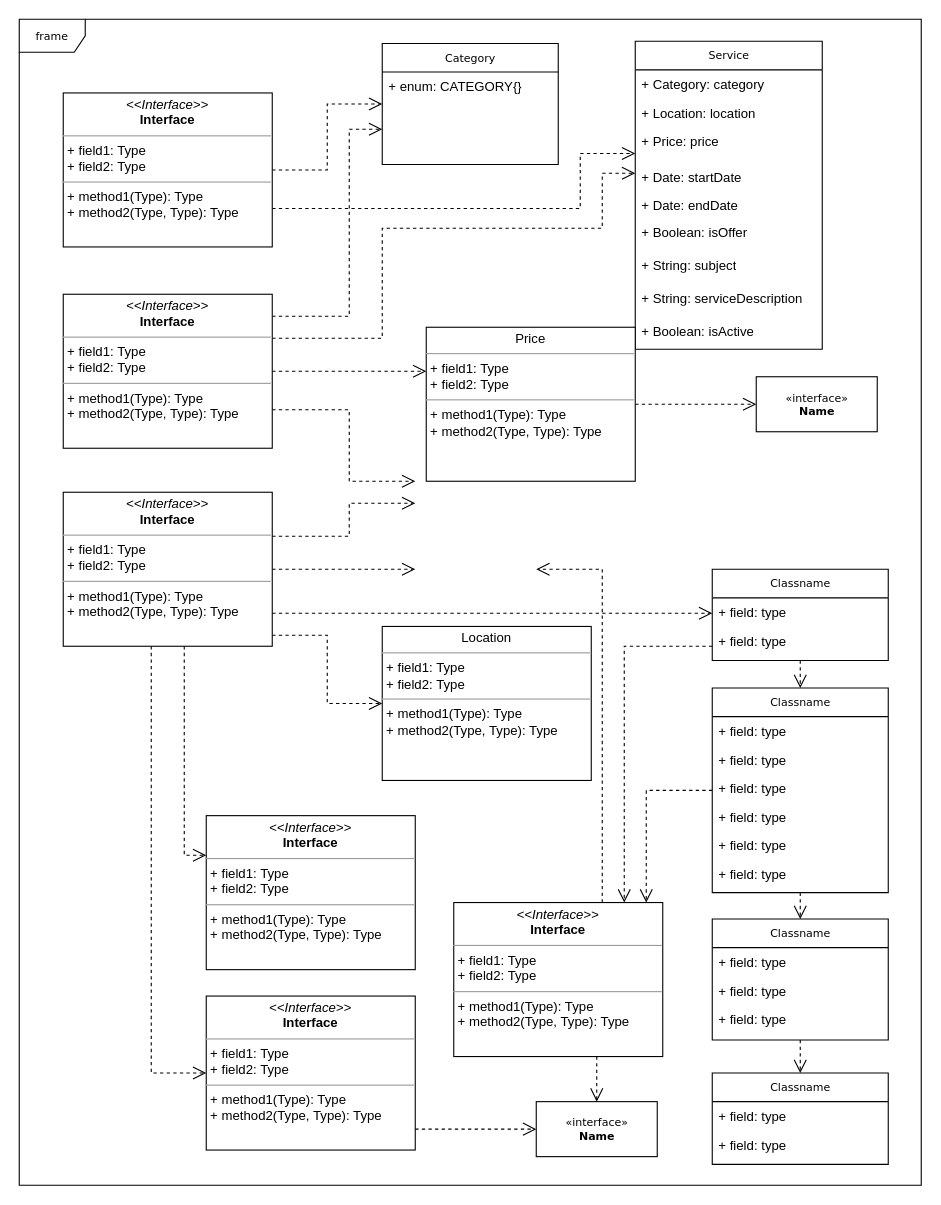
The draw.io diagram HelppyUML.drawio in StanislavRa/group_A_Helppy, before the edit. Source tidied: cells renumbered, new cells numbered last; positions are measured from the earlier drawing's top-left corner, leaving out a move shared by most shapes. Both pictures are drawn from the tidied source at 110%, with x=0, y=0 at pixel (19, 19).
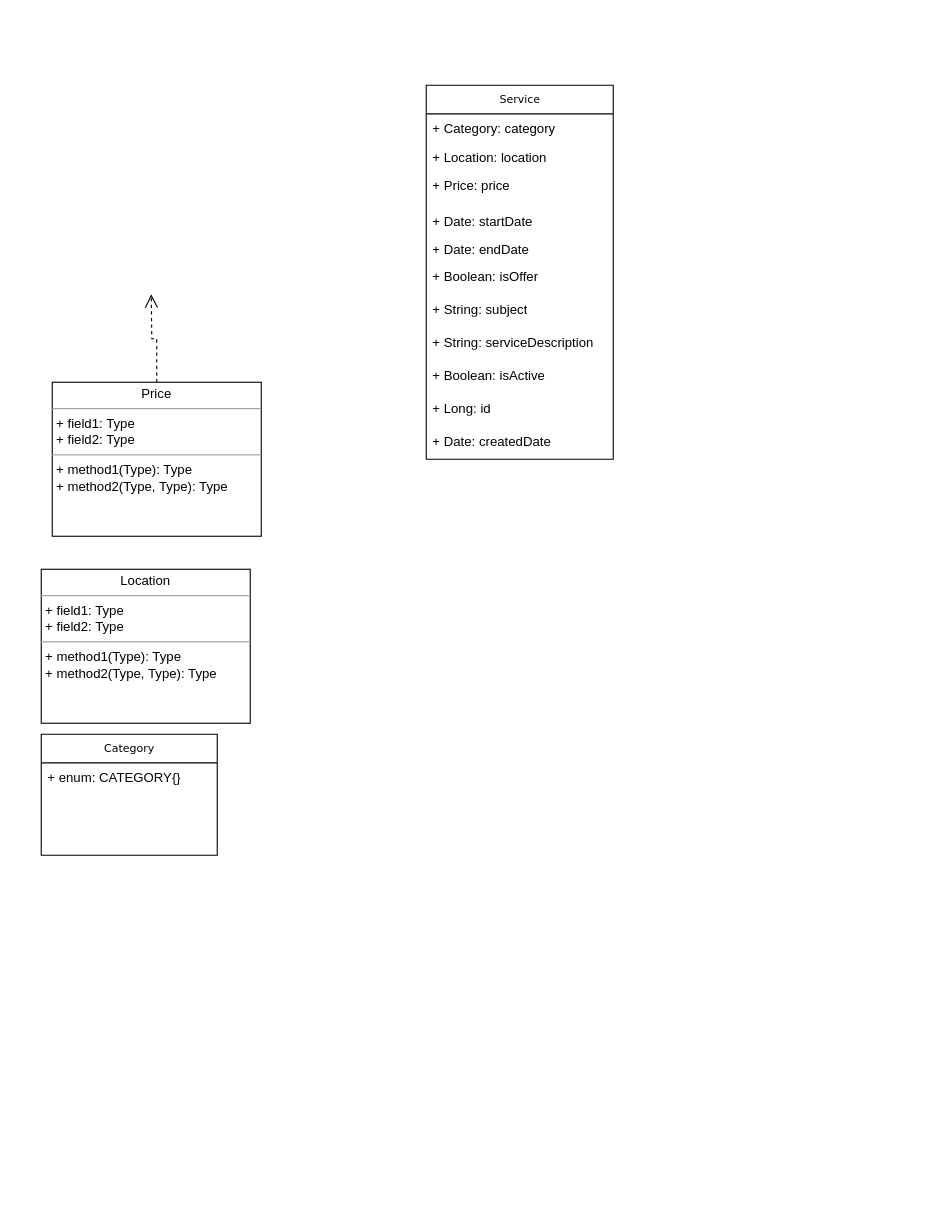
The same page after the edit.

What changed in the source:
```diff
@@
-    <mxCell id="2" value="frame" style="shape=umlFrame;whiteSpace=wrap;html=1;rounded=0;shadow=0;comic=0;labelBackgroundColor=none;strokeWidth=1;fontFamily=Verdana;fontSize=10;align=center;" parent="1" vertex="1">
-      <mxGeometry width="820" height="1060" as="geometry" />
-    </mxCell>
-    <mxCell id="3" style="edgeStyle=orthogonalEdgeStyle;rounded=0;html=1;dashed=1;labelBackgroundColor=none;startFill=0;endArrow=open;endFill=0;endSize=10;fontFamily=Verdana;fontSize=10;" parent="1" edge="1" source="5" target="39">
-      <mxGeometry relative="1" as="geometry">
-        <Array as="points">
-          <mxPoint x="570" y="701" />
-        </Array>
-      </mxGeometry>
-    </mxCell>
-    <mxCell id="4" style="edgeStyle=orthogonalEdgeStyle;rounded=0;html=1;dashed=1;labelBackgroundColor=none;startFill=0;endArrow=open;endFill=0;endSize=10;fontFamily=Verdana;fontSize=10;" parent="1" edge="1" source="5" target="28">
-      <mxGeometry relative="1" as="geometry" />
-    </mxCell>
-    <mxCell id="5" value="Classname" style="swimlane;html=1;fontStyle=0;horizontal=1;startSize=26;fillColor=none;swimlaneFillColor=#ffffff;rounded=0;shadow=0;comic=0;labelBackgroundColor=none;strokeWidth=1;fontFamily=Verdana;fontSize=10;align=center;" parent="1" vertex="1">
-      <mxGeometry x="630" y="608" width="160" height="186" as="geometry" />
-    </mxCell>
-    <mxCell id="6" value="+ field: type" style="text;html=1;strokeColor=none;fillColor=none;align=left;verticalAlign=top;spacingLeft=4;spacingRight=4;whiteSpace=wrap;overflow=hidden;" parent="5" vertex="1">
-      <mxGeometry y="26" width="160" height="26" as="geometry" />
-    </mxCell>
-    <mxCell id="7" value="+ field: type" style="text;html=1;strokeColor=none;fillColor=none;align=left;verticalAlign=top;spacingLeft=4;spacingRight=4;whiteSpace=wrap;overflow=hidden;" parent="5" vertex="1">
-      <mxGeometry y="52" width="160" height="26" as="geometry" />
-    </mxCell>
-    <mxCell id="8" value="+ field: type" style="text;html=1;strokeColor=none;fillColor=none;align=left;verticalAlign=top;spacingLeft=4;spacingRight=4;whiteSpace=wrap;overflow=hidden;" parent="5" vertex="1">
-      <mxGeometry y="78" width="160" height="26" as="geometry" />
-    </mxCell>
-    <mxCell id="9" value="+ field: type" style="text;html=1;strokeColor=none;fillColor=none;align=left;verticalAlign=top;spacingLeft=4;spacingRight=4;whiteSpace=wrap;overflow=hidden;" parent="5" vertex="1">
-      <mxGeometry y="104" width="160" height="26" as="geometry" />
-    </mxCell>
-    <mxCell id="10" value="+ field: type" style="text;html=1;strokeColor=none;fillColor=none;align=left;verticalAlign=top;spacingLeft=4;spacingRight=4;whiteSpace=wrap;overflow=hidden;" parent="5" vertex="1">
-      <mxGeometry y="130" width="160" height="26" as="geometry" />
-    </mxCell>
-    <mxCell id="11" value="+ field: type" style="text;html=1;strokeColor=none;fillColor=none;align=left;verticalAlign=top;spacingLeft=4;spacingRight=4;whiteSpace=wrap;overflow=hidden;" parent="5" vertex="1">
-      <mxGeometry y="156" width="160" height="26" as="geometry" />
-    </mxCell>
     <mxCell id="12" value="Category" style="swimlane;html=1;fontStyle=0;horizontal=1;startSize=26;fillColor=none;swimlaneFillColor=#ffffff;rounded=0;shadow=0;comic=0;labelBackgroundColor=none;strokeWidth=1;fontFamily=Verdana;fontSize=10;align=center;" parent="1" vertex="1">
-      <mxGeometry x="330" y="22" width="160" height="110" as="geometry" />
+      <mxGeometry x="20" y="650" width="160" height="110" as="geometry" />
     </mxCell>
@@
     <mxCell id="14" value="Service" style="swimlane;html=1;fontStyle=0;horizontal=1;startSize=26;fillColor=none;swimlaneFillColor=#ffffff;rounded=0;shadow=0;comic=0;labelBackgroundColor=none;strokeWidth=1;fontFamily=Verdana;fontSize=10;align=center;" parent="1" vertex="1">
-      <mxGeometry x="560" y="20" width="170" height="280" as="geometry" />
+      <mxGeometry x="370" y="60" width="170" height="340" as="geometry" />
     </mxCell>
@@
-    <mxCell id="24" value="Classname" style="swimlane;html=1;fontStyle=0;horizontal=1;startSize=26;fillColor=none;swimlaneFillColor=#ffffff;rounded=0;shadow=0;comic=0;labelBackgroundColor=none;strokeWidth=1;fontFamily=Verdana;fontSize=10;align=center;" parent="1" vertex="1">
-      <mxGeometry x="630" y="958" width="160" height="83" as="geometry" />
-    </mxCell>
-    <mxCell id="25" value="+ field: type" style="text;html=1;strokeColor=none;fillColor=none;align=left;verticalAlign=top;spacingLeft=4;spacingRight=4;whiteSpace=wrap;overflow=hidden;" parent="24" vertex="1">
-      <mxGeometry y="26" width="160" height="26" as="geometry" />
-    </mxCell>
-    <mxCell id="26" value="+ field: type" style="text;html=1;strokeColor=none;fillColor=none;align=left;verticalAlign=top;spacingLeft=4;spacingRight=4;whiteSpace=wrap;overflow=hidden;" parent="24" vertex="1">
-      <mxGeometry y="52" width="160" height="26" as="geometry" />
-    </mxCell>
-    <mxCell id="27" style="edgeStyle=orthogonalEdgeStyle;rounded=0;html=1;dashed=1;labelBackgroundColor=none;startFill=0;endArrow=open;endFill=0;endSize=10;fontFamily=Verdana;fontSize=10;" parent="1" edge="1" source="28" target="24">
-      <mxGeometry relative="1" as="geometry" />
-    </mxCell>
-    <mxCell id="28" value="Classname" style="swimlane;html=1;fontStyle=0;horizontal=1;startSize=26;fillColor=none;swimlaneFillColor=#ffffff;rounded=0;shadow=0;comic=0;labelBackgroundColor=none;strokeWidth=1;fontFamily=Verdana;fontSize=10;align=center;" parent="1" vertex="1">
-      <mxGeometry x="630" y="818" width="160" height="110" as="geometry" />
-    </mxCell>
-    <mxCell id="29" value="+ field: type" style="text;html=1;strokeColor=none;fillColor=none;align=left;verticalAlign=top;spacingLeft=4;spacingRight=4;whiteSpace=wrap;overflow=hidden;" parent="28" vertex="1">
-      <mxGeometry y="26" width="160" height="26" as="geometry" />
-    </mxCell>
-    <mxCell id="30" value="+ field: type" style="text;html=1;strokeColor=none;fillColor=none;align=left;verticalAlign=top;spacingLeft=4;spacingRight=4;whiteSpace=wrap;overflow=hidden;" parent="28" vertex="1">
-      <mxGeometry y="52" width="160" height="26" as="geometry" />
-    </mxCell>
-    <mxCell id="31" value="+ field: type" style="text;html=1;strokeColor=none;fillColor=none;align=left;verticalAlign=top;spacingLeft=4;spacingRight=4;whiteSpace=wrap;overflow=hidden;" parent="28" vertex="1">
-      <mxGeometry y="78" width="160" height="26" as="geometry" />
-    </mxCell>
-    <mxCell id="32" style="edgeStyle=orthogonalEdgeStyle;rounded=0;html=1;dashed=1;labelBackgroundColor=none;startFill=0;endArrow=open;endFill=0;endSize=10;fontFamily=Verdana;fontSize=10;" parent="1" edge="1" source="33" target="5">
-      <mxGeometry relative="1" as="geometry" />
-    </mxCell>
-    <mxCell id="33" value="Classname" style="swimlane;html=1;fontStyle=0;horizontal=1;startSize=26;fillColor=none;swimlaneFillColor=#ffffff;rounded=0;shadow=0;comic=0;labelBackgroundColor=none;strokeWidth=1;fontFamily=Verdana;fontSize=10;align=center;" parent="1" vertex="1">
-      <mxGeometry x="630" y="500" width="160" height="83" as="geometry" />
-    </mxCell>
-    <mxCell id="34" value="+ field: type" style="text;html=1;strokeColor=none;fillColor=none;align=left;verticalAlign=top;spacingLeft=4;spacingRight=4;whiteSpace=wrap;overflow=hidden;" parent="33" vertex="1">
-      <mxGeometry y="26" width="160" height="26" as="geometry" />
-    </mxCell>
-    <mxCell id="35" value="+ field: type" style="text;html=1;strokeColor=none;fillColor=none;align=left;verticalAlign=top;spacingLeft=4;spacingRight=4;whiteSpace=wrap;overflow=hidden;" parent="33" vertex="1">
-      <mxGeometry y="52" width="160" height="26" as="geometry" />
-    </mxCell>
-    <mxCell id="36" value="&amp;laquo;interface&amp;raquo;&lt;br&gt;&lt;b&gt;Name&lt;/b&gt;" style="html=1;rounded=0;shadow=0;comic=0;labelBackgroundColor=none;strokeWidth=1;fontFamily=Verdana;fontSize=10;align=center;" parent="1" vertex="1">
-      <mxGeometry x="470" y="984" width="110" height="50" as="geometry" />
-    </mxCell>
-    <mxCell id="37" style="edgeStyle=orthogonalEdgeStyle;rounded=0;html=1;dashed=1;labelBackgroundColor=none;startFill=0;endArrow=open;endFill=0;endSize=10;fontFamily=Verdana;fontSize=10;" parent="1" edge="1" source="39" target="36">
-      <mxGeometry relative="1" as="geometry">
-        <Array as="points">
-          <mxPoint x="525" y="950" />
-          <mxPoint x="525" y="950" />
-        </Array>
-      </mxGeometry>
-    </mxCell>
-    <mxCell id="38" style="edgeStyle=orthogonalEdgeStyle;rounded=0;html=1;dashed=1;labelBackgroundColor=none;startFill=0;endArrow=open;endFill=0;endSize=10;fontFamily=Verdana;fontSize=10;" parent="1" edge="1" source="39">
-      <mxGeometry relative="1" as="geometry">
-        <mxPoint x="470" y="500" as="targetPoint" />
-        <Array as="points">
-          <mxPoint x="530" y="500" />
-        </Array>
-      </mxGeometry>
-    </mxCell>
-    <mxCell id="39" value="&lt;p style=&quot;margin:0px;margin-top:4px;text-align:center;&quot;&gt;&lt;i&gt;&amp;lt;&amp;lt;Interface&amp;gt;&amp;gt;&lt;/i&gt;&lt;br/&gt;&lt;b&gt;Interface&lt;/b&gt;&lt;/p&gt;&lt;hr size=&quot;1&quot;/&gt;&lt;p style=&quot;margin:0px;margin-left:4px;&quot;&gt;+ field1: Type&lt;br/&gt;+ field2: Type&lt;/p&gt;&lt;hr size=&quot;1&quot;/&gt;&lt;p style=&quot;margin:0px;margin-left:4px;&quot;&gt;+ method1(Type): Type&lt;br/&gt;+ method2(Type, Type): Type&lt;/p&gt;" style="verticalAlign=top;align=left;overflow=fill;fontSize=12;fontFamily=Helvetica;html=1;rounded=0;shadow=0;comic=0;labelBackgroundColor=none;strokeWidth=1;" parent="1" vertex="1">
-      <mxGeometry x="395" y="803" width="190" height="140" as="geometry" />
-    </mxCell>
+    <mxCell id="63" value="+ Long: id" style="text;html=1;strokeColor=none;fillColor=none;align=left;verticalAlign=top;spacingLeft=4;spacingRight=4;whiteSpace=wrap;overflow=hidden;" parent="14" vertex="1">
+      <mxGeometry y="280" width="170" height="30" as="geometry" />
+    </mxCell>
+    <mxCell id="64" value="+ Date: createdDate" style="text;html=1;strokeColor=none;fillColor=none;align=left;verticalAlign=top;spacingLeft=4;spacingRight=4;whiteSpace=wrap;overflow=hidden;" parent="14" vertex="1">
+      <mxGeometry y="310" width="170" height="30" as="geometry" />
+    </mxCell>
     <mxCell id="40" value="&lt;p style=&quot;margin: 0px ; margin-top: 4px ; text-align: center&quot;&gt;Location&lt;/p&gt;&lt;hr size=&quot;1&quot;&gt;&lt;p style=&quot;margin: 0px ; margin-left: 4px&quot;&gt;+ field1: Type&lt;br&gt;+ field2: Type&lt;/p&gt;&lt;hr size=&quot;1&quot;&gt;&lt;p style=&quot;margin: 0px ; margin-left: 4px&quot;&gt;+ method1(Type): Type&lt;br&gt;+ method2(Type, Type): Type&lt;/p&gt;" style="verticalAlign=top;align=left;overflow=fill;fontSize=12;fontFamily=Helvetica;html=1;rounded=0;shadow=0;comic=0;labelBackgroundColor=none;strokeWidth=1;" parent="1" vertex="1">
-      <mxGeometry x="330" y="552" width="190" height="140" as="geometry" />
+      <mxGeometry x="20" y="500" width="190" height="140" as="geometry" />
     </mxCell>
-    <mxCell id="41" style="edgeStyle=orthogonalEdgeStyle;rounded=0;html=1;dashed=1;labelBackgroundColor=none;startFill=0;endArrow=open;endFill=0;endSize=10;fontFamily=Verdana;fontSize=10;" parent="1" edge="1" source="42" target="36">
-      <mxGeometry relative="1" as="geometry">
-        <Array as="points">
-          <mxPoint x="390" y="1009" />
-          <mxPoint x="390" y="1009" />
-        </Array>
-      </mxGeometry>
-    </mxCell>
-    <mxCell id="42" value="&lt;p style=&quot;margin:0px;margin-top:4px;text-align:center;&quot;&gt;&lt;i&gt;&amp;lt;&amp;lt;Interface&amp;gt;&amp;gt;&lt;/i&gt;&lt;br/&gt;&lt;b&gt;Interface&lt;/b&gt;&lt;/p&gt;&lt;hr size=&quot;1&quot;/&gt;&lt;p style=&quot;margin:0px;margin-left:4px;&quot;&gt;+ field1: Type&lt;br/&gt;+ field2: Type&lt;/p&gt;&lt;hr size=&quot;1&quot;/&gt;&lt;p style=&quot;margin:0px;margin-left:4px;&quot;&gt;+ method1(Type): Type&lt;br/&gt;+ method2(Type, Type): Type&lt;/p&gt;" style="verticalAlign=top;align=left;overflow=fill;fontSize=12;fontFamily=Helvetica;html=1;rounded=0;shadow=0;comic=0;labelBackgroundColor=none;strokeWidth=1;" parent="1" vertex="1">
-      <mxGeometry x="170" y="888" width="190" height="140" as="geometry" />
-    </mxCell>
-    <mxCell id="43" value="&lt;p style=&quot;margin:0px;margin-top:4px;text-align:center;&quot;&gt;&lt;i&gt;&amp;lt;&amp;lt;Interface&amp;gt;&amp;gt;&lt;/i&gt;&lt;br/&gt;&lt;b&gt;Interface&lt;/b&gt;&lt;/p&gt;&lt;hr size=&quot;1&quot;/&gt;&lt;p style=&quot;margin:0px;margin-left:4px;&quot;&gt;+ field1: Type&lt;br/&gt;+ field2: Type&lt;/p&gt;&lt;hr size=&quot;1&quot;/&gt;&lt;p style=&quot;margin:0px;margin-left:4px;&quot;&gt;+ method1(Type): Type&lt;br/&gt;+ method2(Type, Type): Type&lt;/p&gt;" style="verticalAlign=top;align=left;overflow=fill;fontSize=12;fontFamily=Helvetica;html=1;rounded=0;shadow=0;comic=0;labelBackgroundColor=none;strokeWidth=1;" parent="1" vertex="1">
-      <mxGeometry x="170" y="724" width="190" height="140" as="geometry" />
-    </mxCell>
-    <mxCell id="44" style="edgeStyle=orthogonalEdgeStyle;rounded=0;html=1;dashed=1;labelBackgroundColor=none;startFill=0;endArrow=open;endFill=0;endSize=10;fontFamily=Verdana;fontSize=10;" parent="1" edge="1" source="45" target="46">
-      <mxGeometry relative="1" as="geometry" />
+    <mxCell id="44" style="edgeStyle=orthogonalEdgeStyle;rounded=0;html=1;dashed=1;labelBackgroundColor=none;startFill=0;endArrow=open;endFill=0;endSize=10;fontFamily=Verdana;fontSize=10;" parent="1" edge="1" source="45">
+      <mxGeometry relative="1" as="geometry">
+        <mxPoint x="120" y="250" as="targetPoint" />
+      </mxGeometry>
     </mxCell>
     <mxCell id="45" value="&lt;p style=&quot;margin: 0px ; margin-top: 4px ; text-align: center&quot;&gt;Price&lt;/p&gt;&lt;hr size=&quot;1&quot;&gt;&lt;p style=&quot;margin: 0px ; margin-left: 4px&quot;&gt;+ field1: Type&lt;br&gt;+ field2: Type&lt;/p&gt;&lt;hr size=&quot;1&quot;&gt;&lt;p style=&quot;margin: 0px ; margin-left: 4px&quot;&gt;+ method1(Type): Type&lt;br&gt;+ method2(Type, Type): Type&lt;/p&gt;" style="verticalAlign=top;align=left;overflow=fill;fontSize=12;fontFamily=Helvetica;html=1;rounded=0;shadow=0;comic=0;labelBackgroundColor=none;strokeWidth=1;" parent="1" vertex="1">
-      <mxGeometry x="370" y="280" width="190" height="140" as="geometry" />
+      <mxGeometry x="30" y="330" width="190" height="140" as="geometry" />
     </mxCell>
-    <mxCell id="46" value="&amp;laquo;interface&amp;raquo;&lt;br&gt;&lt;b&gt;Name&lt;/b&gt;" style="html=1;rounded=0;shadow=0;comic=0;labelBackgroundColor=none;strokeWidth=1;fontFamily=Verdana;fontSize=10;align=center;" parent="1" vertex="1">
-      <mxGeometry x="670" y="325" width="110" height="50" as="geometry" />
-    </mxCell>
-    <mxCell id="47" style="edgeStyle=orthogonalEdgeStyle;rounded=0;html=1;labelBackgroundColor=none;startFill=0;endArrow=open;endFill=0;endSize=10;fontFamily=Verdana;fontSize=10;dashed=1;" parent="1" edge="1" source="49" target="12">
-      <mxGeometry relative="1" as="geometry" />
-    </mxCell>
-    <mxCell id="48" style="edgeStyle=orthogonalEdgeStyle;rounded=0;html=1;exitX=1;exitY=0.75;dashed=1;labelBackgroundColor=none;startFill=0;endArrow=open;endFill=0;endSize=10;fontFamily=Verdana;fontSize=10;" parent="1" edge="1" source="49" target="14">
-      <mxGeometry relative="1" as="geometry">
-        <Array as="points">
-          <mxPoint x="510" y="172" />
-          <mxPoint x="510" y="122" />
-        </Array>
-      </mxGeometry>
-    </mxCell>
-    <mxCell id="49" value="&lt;p style=&quot;margin:0px;margin-top:4px;text-align:center;&quot;&gt;&lt;i&gt;&amp;lt;&amp;lt;Interface&amp;gt;&amp;gt;&lt;/i&gt;&lt;br/&gt;&lt;b&gt;Interface&lt;/b&gt;&lt;/p&gt;&lt;hr size=&quot;1&quot;/&gt;&lt;p style=&quot;margin:0px;margin-left:4px;&quot;&gt;+ field1: Type&lt;br/&gt;+ field2: Type&lt;/p&gt;&lt;hr size=&quot;1&quot;/&gt;&lt;p style=&quot;margin:0px;margin-left:4px;&quot;&gt;+ method1(Type): Type&lt;br/&gt;+ method2(Type, Type): Type&lt;/p&gt;" style="verticalAlign=top;align=left;overflow=fill;fontSize=12;fontFamily=Helvetica;html=1;rounded=0;shadow=0;comic=0;labelBackgroundColor=none;strokeWidth=1;" parent="1" vertex="1">
-      <mxGeometry x="40" y="67" width="190" height="140" as="geometry" />
-    </mxCell>
-    <mxCell id="50" style="edgeStyle=orthogonalEdgeStyle;rounded=0;html=1;dashed=1;labelBackgroundColor=none;startFill=0;endArrow=open;endFill=0;endSize=10;fontFamily=Verdana;fontSize=10;" parent="1" edge="1" source="54" target="12">
-      <mxGeometry relative="1" as="geometry">
-        <Array as="points">
-          <mxPoint x="300" y="270" />
-          <mxPoint x="300" y="100" />
-        </Array>
-      </mxGeometry>
-    </mxCell>
-    <mxCell id="51" style="edgeStyle=orthogonalEdgeStyle;rounded=0;html=1;dashed=1;labelBackgroundColor=none;startFill=0;endArrow=open;endFill=0;endSize=10;fontFamily=Verdana;fontSize=10;" parent="1" edge="1" source="54" target="14">
-      <mxGeometry relative="1" as="geometry">
-        <Array as="points">
-          <mxPoint x="330" y="290" />
-          <mxPoint x="330" y="190" />
-          <mxPoint x="530" y="190" />
-          <mxPoint x="530" y="140" />
-        </Array>
-      </mxGeometry>
-    </mxCell>
-    <mxCell id="52" style="edgeStyle=orthogonalEdgeStyle;rounded=0;html=1;dashed=1;labelBackgroundColor=none;startFill=0;endArrow=open;endFill=0;endSize=10;fontFamily=Verdana;fontSize=10;" parent="1" edge="1" source="54" target="45">
-      <mxGeometry relative="1" as="geometry">
-        <Array as="points">
-          <mxPoint x="360" y="320" />
-          <mxPoint x="360" y="320" />
-        </Array>
-      </mxGeometry>
-    </mxCell>
-    <mxCell id="53" style="edgeStyle=orthogonalEdgeStyle;rounded=0;html=1;exitX=1;exitY=0.75;dashed=1;labelBackgroundColor=none;startFill=0;endArrow=open;endFill=0;endSize=10;fontFamily=Verdana;fontSize=10;" parent="1" edge="1" source="54">
-      <mxGeometry relative="1" as="geometry">
-        <mxPoint x="360" y="420" as="targetPoint" />
-        <Array as="points">
-          <mxPoint x="300" y="355" />
-          <mxPoint x="300" y="420" />
-        </Array>
-      </mxGeometry>
-    </mxCell>
-    <mxCell id="54" value="&lt;p style=&quot;margin:0px;margin-top:4px;text-align:center;&quot;&gt;&lt;i&gt;&amp;lt;&amp;lt;Interface&amp;gt;&amp;gt;&lt;/i&gt;&lt;br/&gt;&lt;b&gt;Interface&lt;/b&gt;&lt;/p&gt;&lt;hr size=&quot;1&quot;/&gt;&lt;p style=&quot;margin:0px;margin-left:4px;&quot;&gt;+ field1: Type&lt;br/&gt;+ field2: Type&lt;/p&gt;&lt;hr size=&quot;1&quot;/&gt;&lt;p style=&quot;margin:0px;margin-left:4px;&quot;&gt;+ method1(Type): Type&lt;br/&gt;+ method2(Type, Type): Type&lt;/p&gt;" style="verticalAlign=top;align=left;overflow=fill;fontSize=12;fontFamily=Helvetica;html=1;rounded=0;shadow=0;comic=0;labelBackgroundColor=none;strokeWidth=1;" parent="1" vertex="1">
-      <mxGeometry x="40" y="250" width="190" height="140" as="geometry" />
-    </mxCell>
-    <mxCell id="55" style="edgeStyle=orthogonalEdgeStyle;rounded=0;html=1;dashed=1;labelBackgroundColor=none;startFill=0;endArrow=open;endFill=0;endSize=10;fontFamily=Verdana;fontSize=10;" parent="1" edge="1" source="61">
-      <mxGeometry relative="1" as="geometry">
-        <mxPoint x="360" y="440" as="targetPoint" />
-        <Array as="points">
-          <mxPoint x="300" y="470" />
-          <mxPoint x="300" y="440" />
-        </Array>
-      </mxGeometry>
-    </mxCell>
-    <mxCell id="56" style="edgeStyle=orthogonalEdgeStyle;rounded=0;html=1;dashed=1;labelBackgroundColor=none;startFill=0;endArrow=open;endFill=0;endSize=10;fontFamily=Verdana;fontSize=10;" parent="1" edge="1" source="61">
-      <mxGeometry relative="1" as="geometry">
-        <mxPoint x="360" y="500" as="targetPoint" />
-      </mxGeometry>
-    </mxCell>
-    <mxCell id="57" style="edgeStyle=orthogonalEdgeStyle;rounded=0;html=1;dashed=1;labelBackgroundColor=none;startFill=0;endArrow=open;endFill=0;endSize=10;fontFamily=Verdana;fontSize=10;" parent="1" edge="1" source="61" target="40">
-      <mxGeometry relative="1" as="geometry">
-        <Array as="points">
-          <mxPoint x="280" y="560" />
-          <mxPoint x="280" y="622" />
-        </Array>
-      </mxGeometry>
-    </mxCell>
-    <mxCell id="58" style="edgeStyle=orthogonalEdgeStyle;rounded=0;html=1;dashed=1;labelBackgroundColor=none;startFill=0;endArrow=open;endFill=0;endSize=10;fontFamily=Verdana;fontSize=10;" parent="1" edge="1" source="61" target="33">
-      <mxGeometry relative="1" as="geometry">
-        <Array as="points">
-          <mxPoint x="330" y="540" />
-          <mxPoint x="330" y="540" />
-        </Array>
-      </mxGeometry>
-    </mxCell>
-    <mxCell id="59" style="edgeStyle=orthogonalEdgeStyle;rounded=0;html=1;dashed=1;labelBackgroundColor=none;startFill=0;endArrow=open;endFill=0;endSize=10;fontFamily=Verdana;fontSize=10;" parent="1" edge="1" source="61" target="43">
-      <mxGeometry relative="1" as="geometry">
-        <Array as="points">
-          <mxPoint x="150" y="760" />
-        </Array>
-      </mxGeometry>
-    </mxCell>
-    <mxCell id="60" style="edgeStyle=orthogonalEdgeStyle;rounded=0;html=1;dashed=1;labelBackgroundColor=none;startFill=0;endArrow=open;endFill=0;endSize=10;fontFamily=Verdana;fontSize=10;" parent="1" edge="1" source="61" target="42">
-      <mxGeometry relative="1" as="geometry">
-        <Array as="points">
-          <mxPoint x="120" y="958" />
-        </Array>
-      </mxGeometry>
-    </mxCell>
-    <mxCell id="61" value="&lt;p style=&quot;margin:0px;margin-top:4px;text-align:center;&quot;&gt;&lt;i&gt;&amp;lt;&amp;lt;Interface&amp;gt;&amp;gt;&lt;/i&gt;&lt;br/&gt;&lt;b&gt;Interface&lt;/b&gt;&lt;/p&gt;&lt;hr size=&quot;1&quot;/&gt;&lt;p style=&quot;margin:0px;margin-left:4px;&quot;&gt;+ field1: Type&lt;br/&gt;+ field2: Type&lt;/p&gt;&lt;hr size=&quot;1&quot;/&gt;&lt;p style=&quot;margin:0px;margin-left:4px;&quot;&gt;+ method1(Type): Type&lt;br/&gt;+ method2(Type, Type): Type&lt;/p&gt;" style="verticalAlign=top;align=left;overflow=fill;fontSize=12;fontFamily=Helvetica;html=1;rounded=0;shadow=0;comic=0;labelBackgroundColor=none;strokeWidth=1;" parent="1" vertex="1">
-      <mxGeometry x="40" y="430" width="190" height="140" as="geometry" />
-    </mxCell>
-    <mxCell id="62" style="edgeStyle=orthogonalEdgeStyle;rounded=0;html=1;dashed=1;labelBackgroundColor=none;startFill=0;endArrow=open;endFill=0;endSize=10;fontFamily=Verdana;fontSize=10;" parent="1" edge="1" source="33" target="39">
-      <mxGeometry relative="1" as="geometry">
-        <Array as="points">
-          <mxPoint x="550" y="570" />
-        </Array>
-      </mxGeometry>
-    </mxCell>
```
